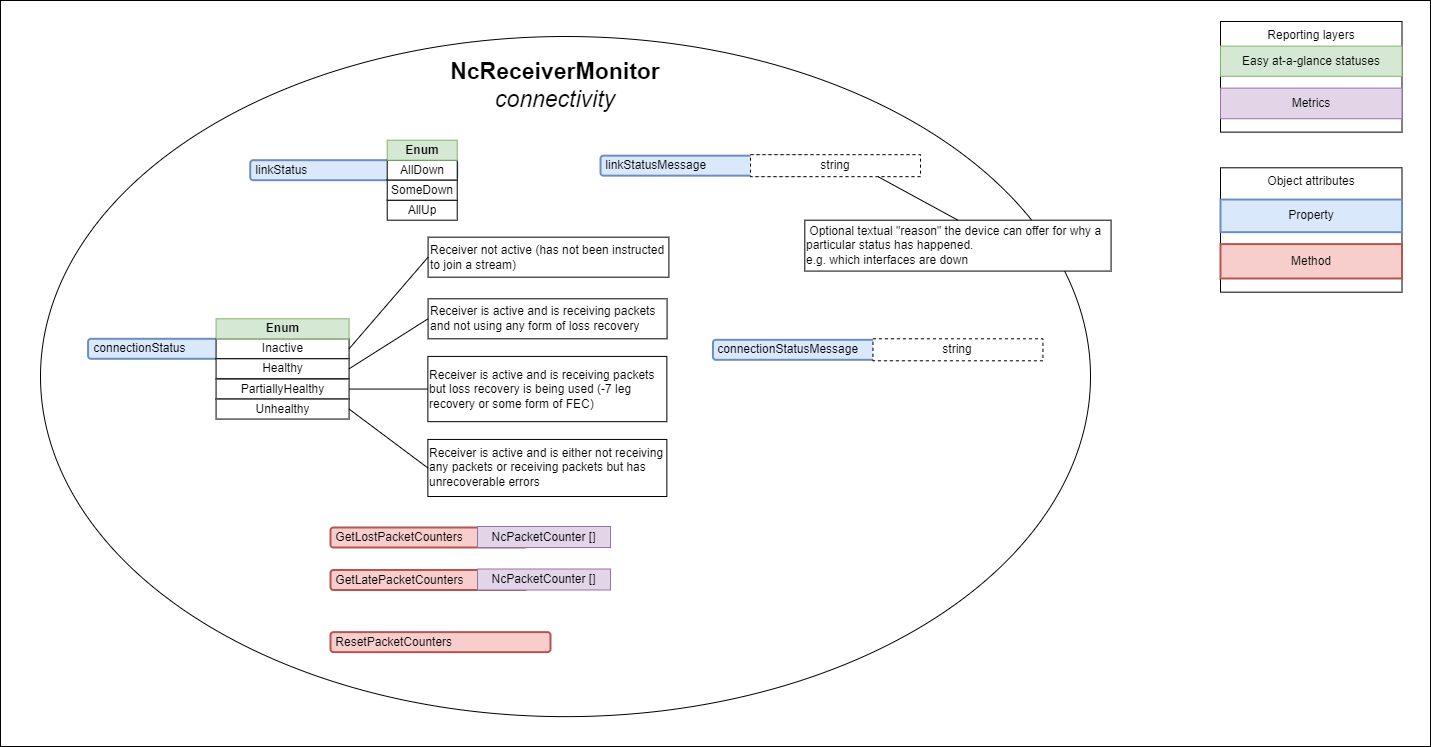
The draw.io diagram docs/images/receiver-model-connectivity.png in AMWA-TV/bcp-008-01, before a commit. Source tidied: cells renumbered, new cells last; positions are measured from the earlier drawing's top-left corner, leaving out a move shared by most shapes.
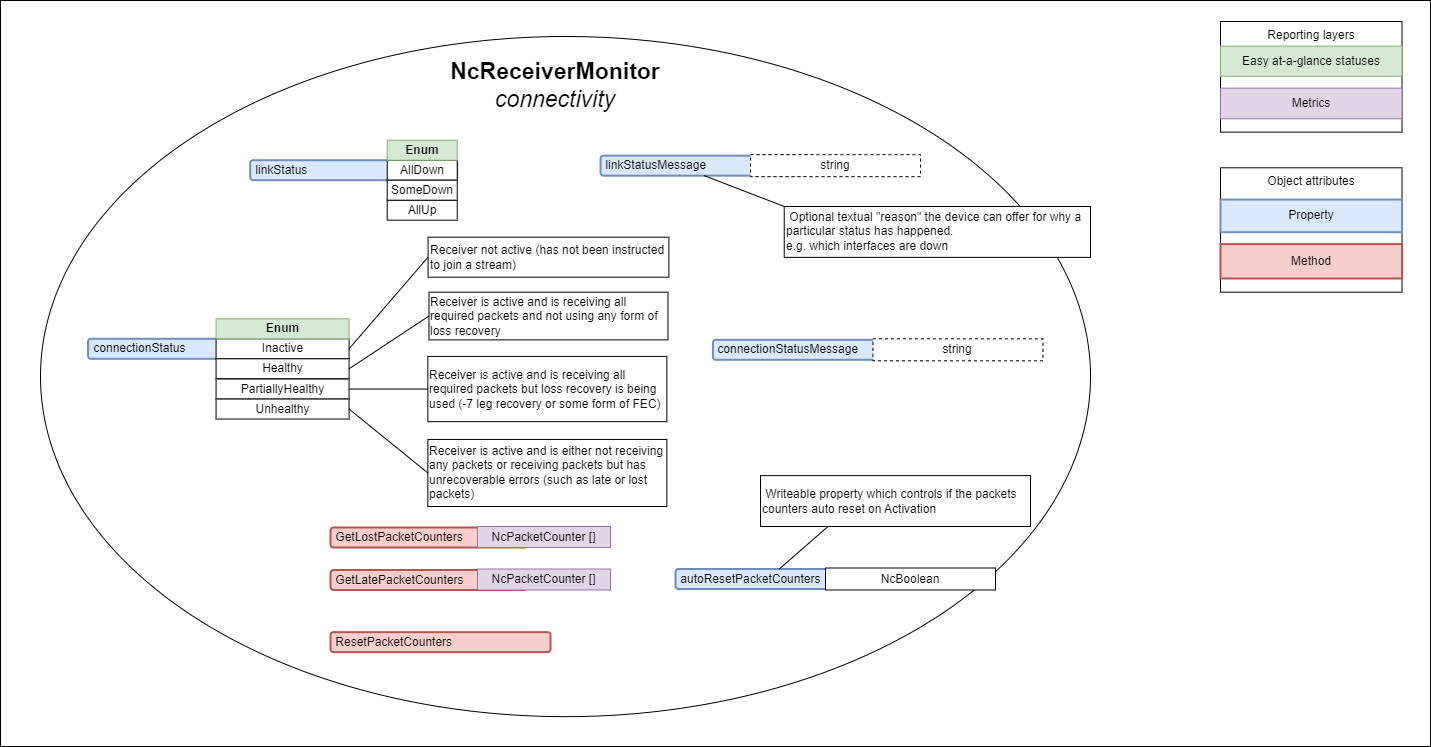
The same diagram one commit later.

What changed in the source:
```diff
@@ -68,13 +68,13 @@
     <mxCell id="23" style="endArrow=none;html=1;rounded=0;entryX=0;entryY=0.5;entryDx=0;entryDy=0;exitX=1;exitY=0.5;exitDx=0;exitDy=0;" parent="1" edge="1" source="17" target="22">
       <mxGeometry relative="1" as="geometry" />
     </mxCell>
-    <mxCell id="24" value="Receiver is active and is either not receiving any packets or receiving packets but has unrecoverable errors" style="text;html=1;strokeColor=default;fillColor=default;align=left;verticalAlign=middle;whiteSpace=wrap;rounded=0;" parent="1" vertex="1">
-      <mxGeometry x="427.4" y="438.9" width="239" height="57.1" as="geometry" />
+    <mxCell id="24" value="Receiver is active and is either not receiving any packets or receiving packets but has unrecoverable errors&amp;nbsp;(such as late or lost packets)" style="text;html=1;strokeColor=default;fillColor=default;align=left;verticalAlign=middle;whiteSpace=wrap;rounded=0;" parent="1" vertex="1">
+      <mxGeometry x="427.4" y="438.9" width="239" height="67.1" as="geometry" />
     </mxCell>
-    <mxCell id="25" value="Receiver is active and is receiving packets and not using any form of loss recovery" style="text;html=1;strokeColor=default;fillColor=default;align=left;verticalAlign=middle;whiteSpace=wrap;rounded=0;" parent="1" vertex="1">
-      <mxGeometry x="427.6" y="298.3" width="239" height="40" as="geometry" />
+    <mxCell id="25" value="Receiver is active and is receiving all required packets and not using any form of loss recovery" style="text;html=1;strokeColor=default;fillColor=default;align=left;verticalAlign=middle;whiteSpace=wrap;rounded=0;" parent="1" vertex="1">
+      <mxGeometry x="428.5" y="291.7" width="239" height="47.7" as="geometry" />
     </mxCell>
-    <mxCell id="26" value="Receiver is active and is receiving packets but loss recovery is being used (-7 leg recovery or some form of FEC)" style="text;html=1;strokeColor=default;fillColor=default;align=left;verticalAlign=middle;whiteSpace=wrap;rounded=0;" parent="1" vertex="1">
+    <mxCell id="26" value="Receiver is active and is receiving all required packets but loss recovery is being used (-7 leg recovery or some form of FEC)" style="text;html=1;strokeColor=default;fillColor=default;align=left;verticalAlign=middle;whiteSpace=wrap;rounded=0;" parent="1" vertex="1">
       <mxGeometry x="427.4" y="355.9" width="239" height="65.2" as="geometry" />
     </mxCell>
     <mxCell id="27" style="endArrow=none;html=1;rounded=0;entryX=0;entryY=0.5;entryDx=0;entryDy=0;exitX=1;exitY=0.5;exitDx=0;exitDy=0;" parent="1" edge="1" source="18" target="25">
@@ -93,9 +93,9 @@
       <mxGeometry x="750" y="154.2" width="170" height="22" as="geometry" />
     </mxCell>
     <mxCell id="32" value="&lt;div&gt;&amp;nbsp;Optional textual &quot;reason&quot; the device can offer for why a particular status has happened.&lt;/div&gt;&lt;div&gt;e.g. which interfaces are down&lt;br&gt;&lt;/div&gt;" style="text;html=1;strokeColor=default;fillColor=default;align=left;verticalAlign=middle;whiteSpace=wrap;rounded=0;" parent="1" vertex="1">
-      <mxGeometry x="804.3" y="219.7" width="306.3" height="50.9" as="geometry" />
+      <mxGeometry x="783.7" y="206" width="306.3" height="50.9" as="geometry" />
     </mxCell>
-    <mxCell id="33" style="endArrow=none;html=1;rounded=0;entryX=0.5;entryY=0;entryDx=0;entryDy=0;exitX=0.75;exitY=1;exitDx=0;exitDy=0;" parent="1" edge="1" source="31" target="32">
+    <mxCell id="33" style="endArrow=none;html=1;rounded=0;entryX=0;entryY=0;entryDx=0;entryDy=0;exitX=0.5;exitY=1;exitDx=0;exitDy=0;" parent="1" edge="1" source="30" target="32">
       <mxGeometry relative="1" as="geometry" />
     </mxCell>
     <mxCell id="34" value="&amp;nbsp;connectionStatusMessage" style="rounded=1;whiteSpace=wrap;html=1;align=left;fillColor=#dae8fc;strokeColor=#6c8ebf;strokeWidth=2;" parent="1" vertex="1">
@@ -119,5 +119,17 @@
     <mxCell id="40" value="&amp;nbsp;ResetPacketCounters" style="rounded=1;whiteSpace=wrap;html=1;align=left;fillColor=#f8cecc;strokeColor=#b85450;strokeWidth=2;" parent="1" vertex="1">
       <mxGeometry x="330" y="631.6" width="220" height="20" as="geometry" />
     </mxCell>
+    <mxCell id="41" value="&amp;nbsp;autoResetPacketCounters" style="rounded=1;whiteSpace=wrap;html=1;align=left;fillColor=#dae8fc;strokeColor=#6c8ebf;strokeWidth=2;" parent="1" vertex="1">
+      <mxGeometry x="675" y="568.5" width="207.5" height="20" as="geometry" />
+    </mxCell>
+    <mxCell id="42" value="NcBoolean" style="rounded=0;whiteSpace=wrap;html=1;" parent="1" vertex="1">
+      <mxGeometry x="825" y="567.5" width="170" height="22" as="geometry" />
+    </mxCell>
+    <mxCell id="43" value="&amp;nbsp;Writeable property which controls if the packets counters auto reset on Activation" style="text;html=1;strokeColor=default;fillColor=default;align=left;verticalAlign=middle;whiteSpace=wrap;rounded=0;" parent="1" vertex="1">
+      <mxGeometry x="760" y="475.1" width="270" height="50.9" as="geometry" />
+    </mxCell>
+    <mxCell id="44" style="endArrow=none;html=1;rounded=0;entryX=0.5;entryY=0;entryDx=0;entryDy=0;exitX=0.25;exitY=1;exitDx=0;exitDy=0;" parent="1" edge="1" source="43" target="41">
+      <mxGeometry relative="1" as="geometry" />
+    </mxCell>
   </root>
 </mxGraphModel>
```
